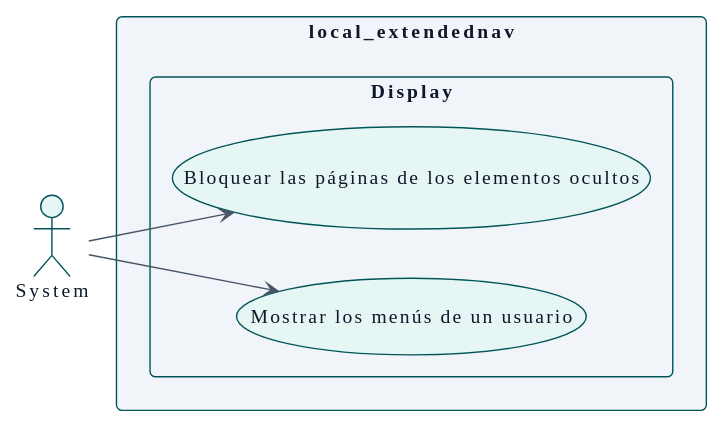
The PlantUML diagram docs/es/technical/requirements/use-cases-system.svg in didactika/moodle-local_extendednav, before a commit. Its diagram source:
```plantuml
@startuml
!theme plain
skinparam backgroundColor #FFFFFF
skinparam defaultFontName IBM Plex Sans
skinparam defaultFontSize 14
skinparam defaultFontColor #0F172A
skinparam shadowing false
skinparam packageStyle rectangle
skinparam ArrowFontSize 12
skinparam ClassAttributeIconSize 0
skinparam roundCorner 8
skinparam ArrowColor #475569
skinparam ArrowFontColor #0F172A
skinparam NoteBackgroundColor #FDF3DC
skinparam NoteBorderColor #00555A
skinparam NoteFontColor #0F172A
skinparam class {
  BackgroundColor #E6F6F4
  BorderColor #00555A
  FontColor #0F172A
}
skinparam entity {
  BackgroundColor #E6F6F4
  BorderColor #00555A
  FontColor #0F172A
}
skinparam participant {
  BackgroundColor #E6F6F4
  BorderColor #00555A
  FontColor #0F172A
}
skinparam actor {
  BackgroundColor #E6F6F4
  BorderColor #00555A
  FontColor #0F172A
}
skinparam database {
  BackgroundColor #E6F6F4
  BorderColor #00555A
  FontColor #0F172A
}
skinparam component {
  BackgroundColor #E6F6F4
  BorderColor #00555A
  FontColor #0F172A
}
skinparam node {
  BackgroundColor #E6F6F4
  BorderColor #00555A
  FontColor #0F172A
}
skinparam usecase {
  BackgroundColor #E6F6F4
  BorderColor #00555A
  FontColor #0F172A
}
skinparam interface {
  BackgroundColor #E6F6F4
  BorderColor #00555A
  FontColor #0F172A
}
skinparam state {
  BackgroundColor #E6F6F4
  BorderColor #00555A
  FontColor #0F172A
  StartColor #475569
  EndColor #475569
  ArrowColor #475569
}
skinparam package {
  BackgroundColor #F1F5F9
  BorderColor #00555A
  FontColor #0F172A
}
skinparam sequence {
  LifeLineBorderColor #475569
  LifeLineBackgroundColor #E6F6F4
  ArrowColor #475569
  GroupBorderColor #00555A
  GroupBackgroundColor #F1F5F9
}
skinparam package<<level1>> {
  BackgroundColor #A7DDD5
  BorderColor #00555A
  FontColor #0F172A
}
skinparam package<<level2>> {
  BackgroundColor #C8EEE9
  BorderColor #00555A
  FontColor #0F172A
}
skinparam package<<level3>> {
  BackgroundColor #E6F6F4
  BorderColor #00555A
  FontColor #0F172A
}
skinparam package<<level4>> {
  BackgroundColor #F4FBFA
  BorderColor #00555A
  FontColor #0F172A
}
hide <<level1>> stereotype
hide <<level2>> stereotype
hide <<level3>> stereotype
hide <<level4>> stereotype
skinparam linetype polyline
left to right direction

actor "System" as A_System

rectangle "local_extendednav" {
  package "Display" {
    usecase "Mostrar los menús de un usuario" as UC_showMenus
    usecase "Bloquear las páginas de los elementos ocultos" as UC_blockUrl
  }
}

A_System --> UC_showMenus
A_System --> UC_blockUrl
@enduml
```
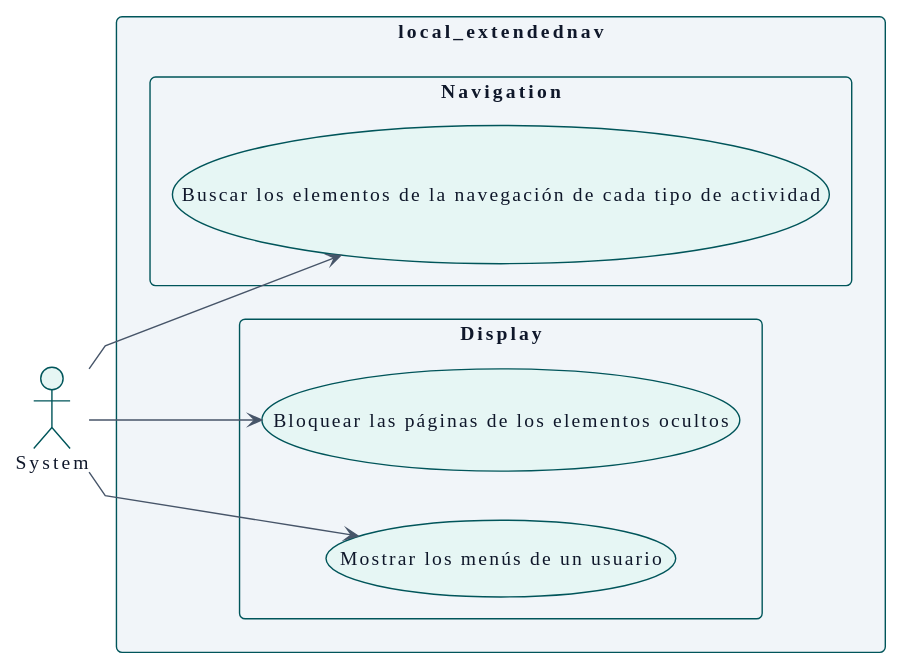
After the change.

What changed in the source:
```diff
@@ -113,8 +113,12 @@
     usecase "Mostrar los menús de un usuario" as UC_showMenus
     usecase "Bloquear las páginas de los elementos ocultos" as UC_blockUrl
   }
+  package "Navigation" {
+    usecase "Buscar los elementos de la navegación de cada tipo de actividad" as UC_discoverActivityItems
+  }
 }
 
 A_System --> UC_showMenus
 A_System --> UC_blockUrl
+A_System --> UC_discoverActivityItems
 @enduml
```
